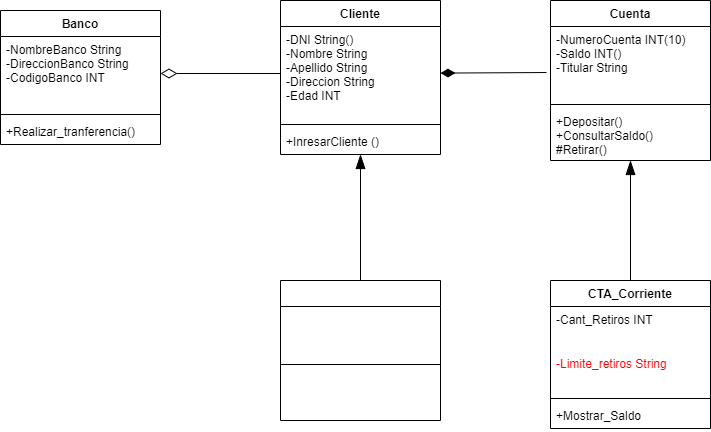
Before: Taller3.drawio.png, a diagram exported from draw.io (JoTche93/EJERCICIOS_MODELADOS). Source tidied: cells renumbered, new cells last; positions are measured from the earlier drawing's top-left corner, leaving out a move shared by most shapes.
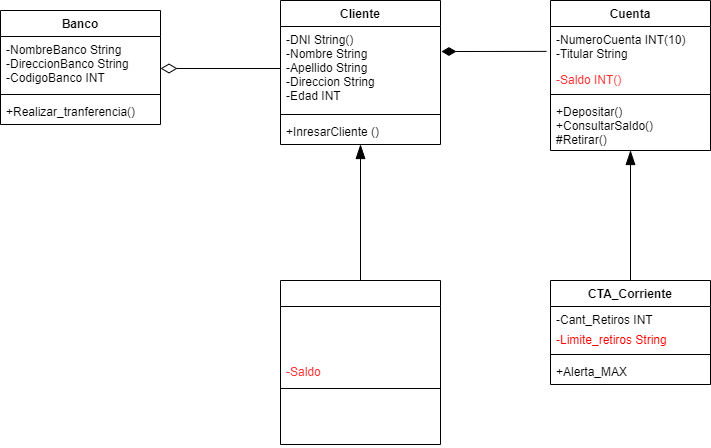
After the change.

Diff of the diagram source:
```diff
@@ -3,79 +3,90 @@
     <mxCell id="0" />
     <mxCell id="1" parent="0" />
     <mxCell id="2" value="Banco" style="swimlane;fontStyle=1;align=center;verticalAlign=top;horizontal=1;startSize=26;" parent="1" vertex="1">
-      <mxGeometry y="10" width="160" height="134" as="geometry" />
+      <mxGeometry y="10" width="160" height="114" as="geometry" />
     </mxCell>
     <mxCell id="3" value="-NombreBanco String&#10;-DireccionBanco String&#10;-CodigoBanco INT" style="text;strokeColor=none;fillColor=none;align=left;verticalAlign=top;spacingLeft=4;spacingRight=4;overflow=hidden;points=[[0,0.5],[1,0.5]];portConstraint=eastwest;" parent="2" vertex="1">
-      <mxGeometry y="26" width="160" height="74" as="geometry" />
+      <mxGeometry y="26" width="160" height="54" as="geometry" />
     </mxCell>
     <mxCell id="4" style="line;strokeWidth=1;fillColor=none;align=left;verticalAlign=middle;spacingTop=-1;spacingLeft=3;spacingRight=3;labelPosition=right;strokeColor=inherit;" parent="2" vertex="1">
-      <mxGeometry y="100" width="160" height="8" as="geometry" />
+      <mxGeometry y="80" width="160" height="8" as="geometry" />
     </mxCell>
     <mxCell id="5" value="+Realizar_tranferencia()" style="text;strokeColor=none;fillColor=none;align=left;verticalAlign=top;spacingLeft=4;spacingRight=4;overflow=hidden;" parent="2" vertex="1">
-      <mxGeometry y="108" width="160" height="26" as="geometry" />
+      <mxGeometry y="88" width="160" height="26" as="geometry" />
     </mxCell>
     <mxCell id="6" value="Cuenta" style="swimlane;fontStyle=1;align=center;verticalAlign=top;horizontal=1;startSize=26;" parent="1" vertex="1">
-      <mxGeometry x="550" width="160" height="160" as="geometry" />
+      <mxGeometry x="550" width="160" height="150" as="geometry" />
     </mxCell>
-    <mxCell id="7" value="-NumeroCuenta INT(10)&#10;-Saldo INT()&#10;-Titular String&#10;&#10;" style="text;strokeColor=none;fillColor=none;align=left;verticalAlign=top;spacingLeft=4;spacingRight=4;overflow=hidden;points=[[0,0.5],[1,0.5]];portConstraint=eastwest;" parent="6" vertex="1">
-      <mxGeometry y="26" width="160" height="74" as="geometry" />
+    <mxCell id="7" value="-NumeroCuenta INT(10)&#10;-Titular String&#10;&#10;" style="text;strokeColor=none;fillColor=none;align=left;verticalAlign=top;spacingLeft=4;spacingRight=4;overflow=hidden;points=[[0,0.5],[1,0.5]];portConstraint=eastwest;" parent="6" vertex="1">
+      <mxGeometry y="26" width="160" height="40" as="geometry" />
     </mxCell>
+    <mxCell id="27" value="-Saldo INT()&#10;&#10;" style="text;strokeColor=none;fillColor=none;align=left;verticalAlign=top;spacingLeft=4;spacingRight=4;overflow=hidden;fontColor=#FF3333;" parent="6" vertex="1">
+      <mxGeometry y="66" width="160" height="24" as="geometry" />
+    </mxCell>
     <mxCell id="8" style="line;strokeWidth=1;fillColor=none;align=left;verticalAlign=middle;spacingTop=-1;spacingLeft=3;spacingRight=3;labelPosition=right;strokeColor=inherit;" parent="6" vertex="1">
-      <mxGeometry y="100" width="160" height="8" as="geometry" />
+      <mxGeometry y="90" width="160" height="8" as="geometry" />
     </mxCell>
     <mxCell id="9" value="+Depositar()&#10;+ConsultarSaldo()&#10;#Retirar()" style="text;strokeColor=none;fillColor=none;align=left;verticalAlign=top;spacingLeft=4;spacingRight=4;overflow=hidden;points=[[0,0.5],[1,0.5]];portConstraint=eastwest;" parent="6" vertex="1">
-      <mxGeometry y="108" width="160" height="52" as="geometry" />
+      <mxGeometry y="98" width="160" height="52" as="geometry" />
     </mxCell>
-    <mxCell id="10" style="html=1;exitX=0;exitY=0.5;exitDx=0;exitDy=0;entryX=1;entryY=0.5;entryDx=0;entryDy=0;endArrow=diamondThin;endFill=0;endSize=14;" parent="1" edge="1" source="12" target="3">
-      <mxGeometry relative="1" as="geometry" />
+    <mxCell id="10" style="html=1;exitX=0;exitY=0.5;exitDx=0;exitDy=0;endArrow=diamondThin;endFill=0;endSize=14;" parent="1" edge="1" source="12">
+      <mxGeometry relative="1" as="geometry">
+        <mxPoint x="160" y="68" as="targetPoint" />
+      </mxGeometry>
     </mxCell>
     <mxCell id="11" value="Cliente" style="swimlane;fontStyle=1;align=center;verticalAlign=top;horizontal=1;startSize=26;" parent="1" vertex="1">
-      <mxGeometry x="280" width="160" height="154" as="geometry" />
+      <mxGeometry x="280" width="160" height="144" as="geometry" />
     </mxCell>
     <mxCell id="12" value="-DNI String()&#10;-Nombre String&#10;-Apellido String&#10;-Direccion String&#10;-Edad INT" style="text;strokeColor=none;fillColor=none;align=left;verticalAlign=top;spacingLeft=4;spacingRight=4;overflow=hidden;points=[[0,0.5],[1,0.5]];portConstraint=eastwest;" parent="11" vertex="1">
-      <mxGeometry y="26" width="160" height="94" as="geometry" />
+      <mxGeometry y="26" width="160" height="84" as="geometry" />
     </mxCell>
     <mxCell id="13" style="line;strokeWidth=1;fillColor=none;align=left;verticalAlign=middle;spacingTop=-1;spacingLeft=3;spacingRight=3;labelPosition=right;strokeColor=inherit;" parent="11" vertex="1">
-      <mxGeometry y="120" width="160" height="8" as="geometry" />
+      <mxGeometry y="110" width="160" height="8" as="geometry" />
     </mxCell>
     <mxCell id="14" value="+InresarCliente ()" style="text;strokeColor=none;fillColor=none;align=left;verticalAlign=top;spacingLeft=4;spacingRight=4;overflow=hidden;points=[[0,0.5],[1,0.5]];portConstraint=eastwest;" parent="11" vertex="1">
-      <mxGeometry y="128" width="160" height="26" as="geometry" />
+      <mxGeometry y="118" width="160" height="26" as="geometry" />
     </mxCell>
     <mxCell id="15" style="edgeStyle=none;html=1;exitX=0.5;exitY=0;exitDx=0;exitDy=0;endArrow=blockThin;endFill=1;endSize=12;startArrow=none;startFill=0;targetPerimeterSpacing=0;startSize=10;" parent="1" edge="1" source="16" target="9">
       <mxGeometry relative="1" as="geometry" />
     </mxCell>
     <mxCell id="16" value="CTA_Corriente" style="swimlane;fontStyle=1;align=center;verticalAlign=top;horizontal=1;startSize=26;" parent="1" vertex="1">
-      <mxGeometry x="550" y="280" width="160" height="148" as="geometry" />
+      <mxGeometry x="550" y="280" width="160" height="104" as="geometry" />
     </mxCell>
     <mxCell id="17" value="-Cant_Retiros INT" style="text;strokeColor=none;fillColor=none;align=left;verticalAlign=top;spacingLeft=4;spacingRight=4;overflow=hidden;" parent="16" vertex="1">
-      <mxGeometry y="26" width="160" height="44" as="geometry" />
+      <mxGeometry y="26" width="160" height="20" as="geometry" />
     </mxCell>
     <mxCell id="18" value="-Limite_retiros String" style="text;strokeColor=none;fillColor=none;align=left;verticalAlign=top;spacingLeft=4;spacingRight=4;overflow=hidden;fontColor=#FF0000;" parent="16" vertex="1">
-      <mxGeometry y="70" width="160" height="44" as="geometry" />
+      <mxGeometry y="46" width="160" height="24" as="geometry" />
     </mxCell>
     <mxCell id="19" style="line;strokeWidth=1;fillColor=none;align=left;verticalAlign=middle;spacingTop=-1;spacingLeft=3;spacingRight=3;labelPosition=right;strokeColor=inherit;" parent="16" vertex="1">
-      <mxGeometry y="114" width="160" height="8" as="geometry" />
+      <mxGeometry y="70" width="160" height="8" as="geometry" />
     </mxCell>
-    <mxCell id="20" value="+Mostrar_Saldo" style="text;strokeColor=none;fillColor=none;align=left;verticalAlign=top;spacingLeft=4;spacingRight=4;overflow=hidden;" parent="16" vertex="1">
-      <mxGeometry y="122" width="160" height="26" as="geometry" />
+    <mxCell id="20" value="+Alerta_MAX" style="text;strokeColor=none;fillColor=none;align=left;verticalAlign=top;spacingLeft=4;spacingRight=4;overflow=hidden;" parent="16" vertex="1">
+      <mxGeometry y="78" width="160" height="26" as="geometry" />
     </mxCell>
     <mxCell id="21" style="edgeStyle=none;html=1;endArrow=blockThin;endFill=1;endSize=12;exitX=0.5;exitY=0;exitDx=0;exitDy=0;" parent="1" edge="1" source="23" target="14">
       <mxGeometry relative="1" as="geometry" />
     </mxCell>
-    <mxCell id="22" style="edgeStyle=none;html=1;exitX=-0.025;exitY=0.622;exitDx=0;exitDy=0;endArrow=diamondThin;endFill=1;endSize=12;exitPerimeter=0;" parent="1" edge="1" source="7" target="12">
+    <mxCell id="22" style="edgeStyle=none;html=1;exitX=-0.025;exitY=0.622;exitDx=0;exitDy=0;endArrow=diamondThin;endFill=1;endSize=12;exitPerimeter=0;entryX=1.006;entryY=0.298;entryDx=0;entryDy=0;entryPerimeter=0;" parent="1" edge="1" source="7" target="12">
       <mxGeometry relative="1" as="geometry" />
     </mxCell>
     <mxCell id="23" value="CTA_Ahorro" style="swimlane;fontStyle=1;align=center;verticalAlign=top;horizontal=1;startSize=26;fontColor=#FFFFFF;" parent="1" vertex="1">
-      <mxGeometry x="280" y="280" width="160" height="140" as="geometry" />
+      <mxGeometry x="280" y="280" width="160" height="164" as="geometry" />
     </mxCell>
-    <mxCell id="24" value="-Cant_Retiros INT&#10;-Saldo" style="text;strokeColor=none;fillColor=none;align=left;verticalAlign=top;spacingLeft=4;spacingRight=4;overflow=hidden;fontColor=#FFFFFF;" parent="23" vertex="1">
-      <mxGeometry y="26" width="160" height="54" as="geometry" />
+    <mxCell id="24" value="-Cant_Retiros INT&#10;" style="text;strokeColor=none;fillColor=none;align=left;verticalAlign=top;spacingLeft=4;spacingRight=4;overflow=hidden;fontColor=#FFFFFF;" parent="23" vertex="1">
+      <mxGeometry y="26" width="160" height="26" as="geometry" />
     </mxCell>
+    <mxCell id="28" value="-No_credito" style="text;strokeColor=none;fillColor=none;align=left;verticalAlign=top;spacingLeft=4;spacingRight=4;overflow=hidden;fontColor=#FFFFFF;" parent="23" vertex="1">
+      <mxGeometry y="52" width="160" height="26" as="geometry" />
+    </mxCell>
+    <mxCell id="29" value="-Saldo" style="text;strokeColor=none;fillColor=none;align=left;verticalAlign=top;spacingLeft=4;spacingRight=4;overflow=hidden;fontColor=#FF3333;" parent="23" vertex="1">
+      <mxGeometry y="78" width="160" height="26" as="geometry" />
+    </mxCell>
     <mxCell id="25" style="line;strokeWidth=1;fillColor=none;align=left;verticalAlign=middle;spacingTop=-1;spacingLeft=3;spacingRight=3;labelPosition=right;strokeColor=inherit;fontColor=#FF0000;" parent="23" vertex="1">
-      <mxGeometry y="80" width="160" height="8" as="geometry" />
+      <mxGeometry y="104" width="160" height="8" as="geometry" />
     </mxCell>
-    <mxCell id="26" value="+Ver_Saldo()&#10;+Historial()&#10;" style="text;strokeColor=none;fillColor=none;align=left;verticalAlign=top;spacingLeft=4;spacingRight=4;overflow=hidden;fontColor=#FFFFFF;" parent="23" vertex="1">
-      <mxGeometry y="88" width="160" height="52" as="geometry" />
+    <mxCell id="26" value="+Ver_Saldo()&#10;+Historial()&#10;#Retirar" style="text;strokeColor=none;fillColor=none;align=left;verticalAlign=top;spacingLeft=4;spacingRight=4;overflow=hidden;fontColor=#FFFFFF;" parent="23" vertex="1">
+      <mxGeometry y="112" width="160" height="52" as="geometry" />
     </mxCell>
   </root>
 </mxGraphModel>
```
